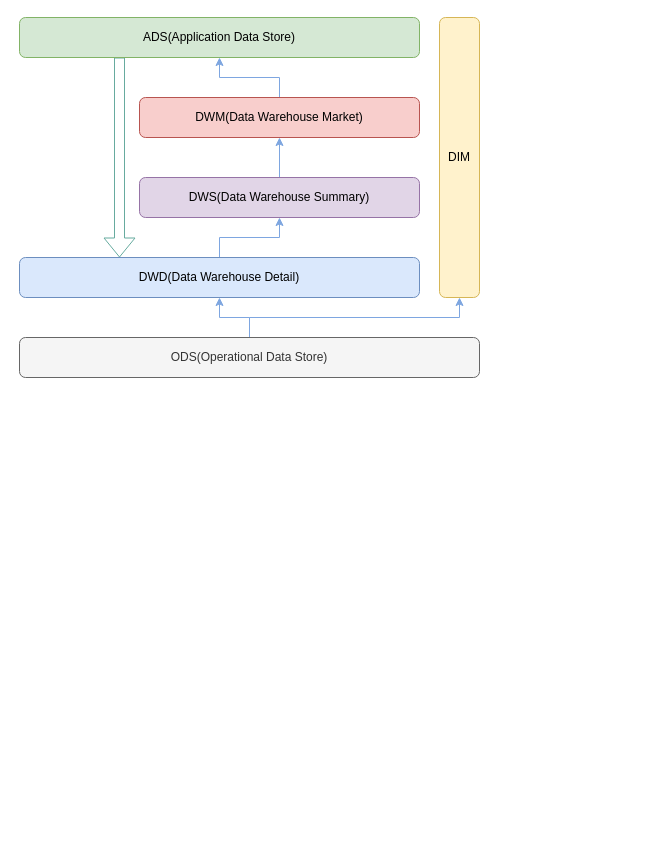
Before: page "数仓分层" (1 of 3) of pet_data_warehouse/数仓3.0分层.drawio in fangzheng0518/draw, a draw.io diagram. Source tidied: cells renumbered, new cells numbered last; positions are measured from the earlier drawing's top-left corner, leaving out a move shared by most shapes. Both pictures are drawn from the tidied source at 100%, with x=0, y=0 at pixel (19, 17).
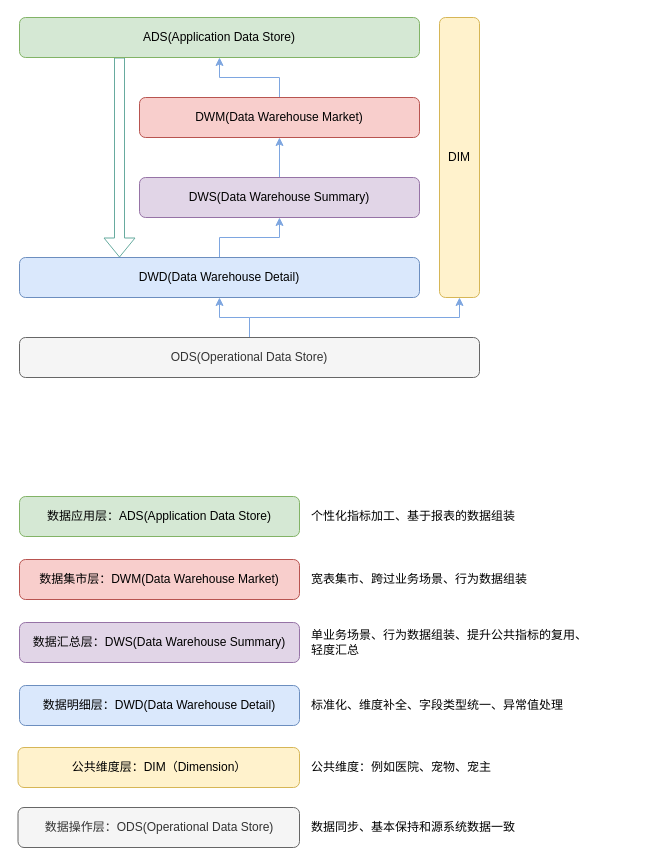
The same diagram, later.

What changed in the source:
```diff
@@
+    <mxCell id="14" value="数据应用层：ADS(Application Data Store)" style="rounded=1;whiteSpace=wrap;html=1;fillColor=#d5e8d4;strokeColor=#82b366;" parent="1" vertex="1">
+      <mxGeometry y="479" width="280" height="40" as="geometry" />
+    </mxCell>
+    <mxCell id="15" value="数据集市层：DWM(Data Warehouse Market)" style="rounded=1;whiteSpace=wrap;html=1;fillColor=#f8cecc;strokeColor=#b85450;" parent="1" vertex="1">
+      <mxGeometry y="542" width="280" height="40" as="geometry" />
+    </mxCell>
+    <mxCell id="16" value="数据汇总层：DWS(Data Warehouse Summary)" style="rounded=1;whiteSpace=wrap;html=1;fillColor=#e1d5e7;strokeColor=#9673a6;" parent="1" vertex="1">
+      <mxGeometry y="605" width="280" height="40" as="geometry" />
+    </mxCell>
+    <mxCell id="17" value="数据明细层：DWD(Data Warehouse Detail)" style="rounded=1;whiteSpace=wrap;html=1;fillColor=#dae8fc;strokeColor=#6c8ebf;" parent="1" vertex="1">
+      <mxGeometry y="668" width="280" height="40" as="geometry" />
+    </mxCell>
+    <mxCell id="18" value="数据操作层：ODS(Operational Data Store)" style="rounded=1;whiteSpace=wrap;html=1;fillColor=#f5f5f5;strokeColor=#666666;fontColor=#333333;" parent="1" vertex="1">
+      <mxGeometry x="-1.5" y="790" width="281.5" height="40" as="geometry" />
+    </mxCell>
+    <mxCell id="19" value="数据同步、基本保持和源系统数据一致" style="text;html=1;strokeColor=none;fillColor=none;align=left;verticalAlign=middle;whiteSpace=wrap;rounded=0;glass=0;dashed=1;" parent="1" vertex="1">
+      <mxGeometry x="290" y="800" width="320" height="20" as="geometry" />
+    </mxCell>
+    <mxCell id="20" value="公共维度层：DIM（Dimension）" style="rounded=1;whiteSpace=wrap;html=1;fillColor=#fff2cc;strokeColor=#d6b656;direction=south;" parent="1" vertex="1">
+      <mxGeometry x="-1.5" y="730" width="281.5" height="40" as="geometry" />
+    </mxCell>
+    <mxCell id="21" value="公共维度：例如医院、宠物、宠主" style="text;html=1;strokeColor=none;fillColor=none;align=left;verticalAlign=middle;whiteSpace=wrap;rounded=0;glass=0;dashed=1;" parent="1" vertex="1">
+      <mxGeometry x="290" y="740" width="320" height="20" as="geometry" />
+    </mxCell>
+    <mxCell id="22" value="标准化、维度补全、字段类型统一、异常值处理" style="text;html=1;strokeColor=none;fillColor=none;align=left;verticalAlign=middle;whiteSpace=wrap;rounded=0;glass=0;dashed=1;" parent="1" vertex="1">
+      <mxGeometry x="290" y="678" width="320" height="20" as="geometry" />
+    </mxCell>
+    <mxCell id="23" value="单业务场景、行为数据组装、提升公共指标的复用、轻度汇总" style="text;html=1;strokeColor=none;fillColor=none;align=left;verticalAlign=middle;whiteSpace=wrap;rounded=0;glass=0;dashed=1;" parent="1" vertex="1">
+      <mxGeometry x="290" y="615" width="280" height="20" as="geometry" />
+    </mxCell>
+    <mxCell id="24" value="宽表集市、跨过业务场景、行为数据组装" style="text;html=1;strokeColor=none;fillColor=none;align=left;verticalAlign=middle;whiteSpace=wrap;rounded=0;glass=0;dashed=1;" parent="1" vertex="1">
+      <mxGeometry x="290" y="552" width="320" height="20" as="geometry" />
+    </mxCell>
+    <mxCell id="25" value="个性化指标加工、基于报表的数据组装" style="text;html=1;strokeColor=none;fillColor=none;align=left;verticalAlign=middle;whiteSpace=wrap;rounded=0;glass=0;dashed=1;" parent="1" vertex="1">
+      <mxGeometry x="290" y="489" width="320" height="20" as="geometry" />
+    </mxCell>
```
